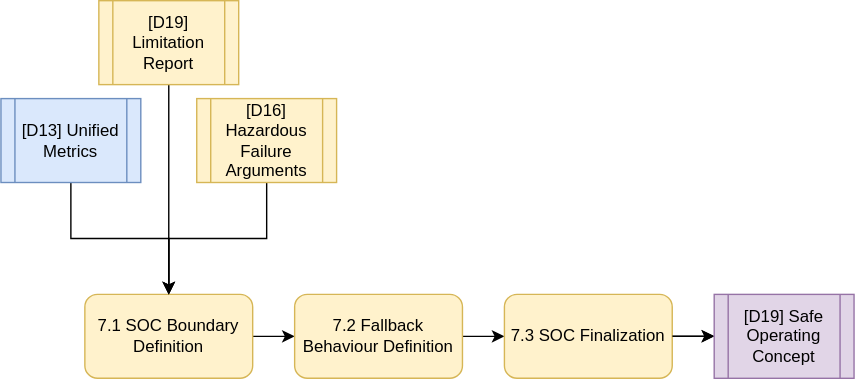
Above: diagrams/step-7.svg in TortoiseFather/sacred-site (draw.io), before the change. Source tidied: cells renumbered, new cells last; positions are measured from the earlier drawing's top-left corner, leaving out a move shared by most shapes.
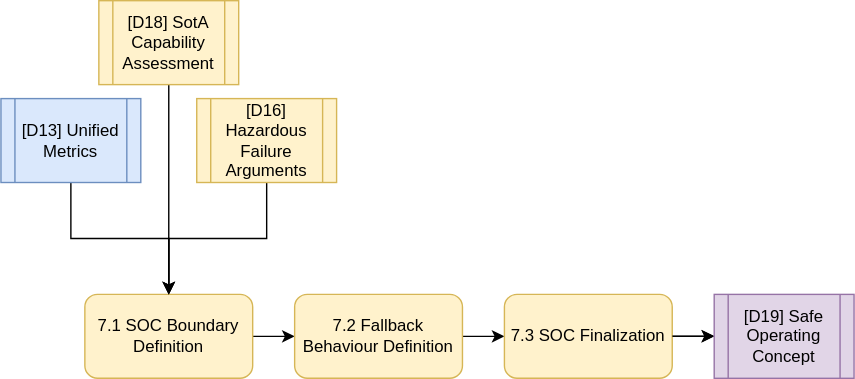
Later version of the same file.

What changed in the source:
```diff
@@ -43,7 +43,7 @@
     <mxCell id="13" style="edgeStyle=orthogonalEdgeStyle;rounded=0;jettySize=auto;html=1;entryX=0.5;entryY=0;entryDx=0;entryDy=0;" parent="1" edge="1" source="14" target="3">
       <mxGeometry relative="1" as="geometry" />
     </mxCell>
-    <mxCell id="14" value="[D19] Limitation Report" style="shape=process;whiteSpace=wrap;html=1;backgroundOutline=1;fillColor=#fff2cc;strokeColor=#d6b656;" parent="1" vertex="1">
+    <mxCell id="14" value="[D18] SotA Capability Assessment" style="shape=process;whiteSpace=wrap;html=1;backgroundOutline=1;fillColor=#fff2cc;strokeColor=#d6b656;" parent="1" vertex="1">
       <mxGeometry x="70" width="100" height="60" as="geometry" />
     </mxCell>
     <mxCell id="15" value="[D19] Safe Operating Concept" style="shape=process;whiteSpace=wrap;html=1;backgroundOutline=1;fillColor=#e1d5e7;strokeColor=#9673a6;" parent="1" vertex="1">
```
